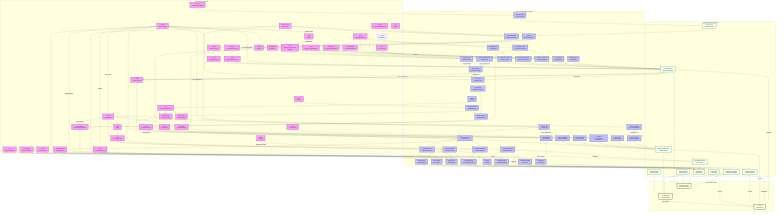
Before: docs/figures/scoliosis_mechanism_map.png, a diagram exported from Mermaid (sayuj1989-ops/life). Its source is kept beside it as docs/figures/scoliosis_mechanism_map.mmd.
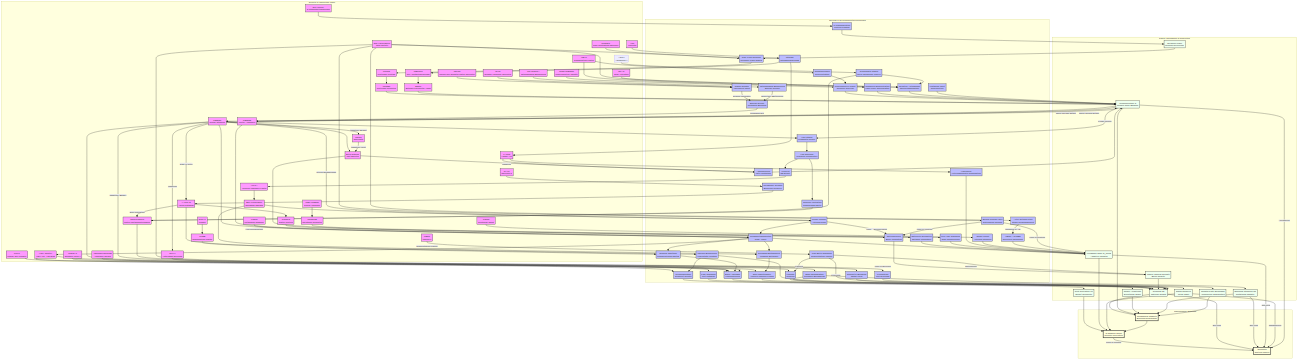
After the change.

Commit message:
Add BMSC Ciliary Mechanosensing Defect arc to causal map

The edit, as a diff of the source:
```diff
@@ -80,6 +80,7 @@
         VEGF_A[VEGF-A/PGE2<br/>Secretory Response]
         Ferroptosis[Ferroptosis<br/>Iron Overload]
         Membrane_Tension[Membrane Tension<br/>Buffering Reserve]
+        BMSCs_Cilia[BMSC Primary Cilia<br/>Osteogenic Sensor]
     end
 
     subgraph Tissue [Tissue Mechanics & Properties]
@@ -279,7 +280,11 @@
     CAV1 --> Membrane_Tension
     Membrane_Tension --> YAP
 
+    CILIA --> BMSCs_Cilia
+    BMSCs_Cilia -- "Loss of function" --> Osteogenesis
+    BMSCs_Cilia -- "Loss of function" --> Gain
+
     class HOX,COL,PIEZO1,PIEZO2,CILIA,LBX1,ADGRG6,PTK7,YAP,PKD2L1,MMP,URP,UTS2R,GFAP,VIM,LAMIN,BMAL1,RUNX3,METTL3,ESR1,MELATONIN,MT2,HIF1A,POC5,DSTYK,TFEB,Beta_Catenin,DPY19L1L,IGF1R,GHR,SOST,FBN1,CCN,PPARGC1A,KCNQ,GPX4,CAV1 gene;
-    class Region,ECM_Assembly,Mech_Trans,Sym_Break,Neur_Diff,Muscle_Diff,Disc_Maint,PCP_Sig,Nucl_Shuttle,CSF_Sensing,Degradation,Astrogliosis,mtROS,Adipogenesis,Hydraulic_Congestion,Immune_Infilt,Circadian_Entrain,Proprio_Maint,H3K9me3,VCL_Stasis,Glymphatic_Stasis,Vestibular_Input,Gi_cAMP,Ciliary_Tuning,Hypoxia,Osteogenesis,Ciliary_Splint,Vacuole_Biogenesis,C_Mannosylation,Rapid_Growth,Energy_Deficit,mtBiogenesis,Fibrosis,TGFB,Osteocyte_Dendrite,Actin_Dynamics,VEGF_A,Ferroptosis,Membrane_Tension process;
+    class Region,ECM_Assembly,Mech_Trans,Sym_Break,Neur_Diff,Muscle_Diff,Disc_Maint,PCP_Sig,Nucl_Shuttle,CSF_Sensing,Degradation,Astrogliosis,mtROS,Adipogenesis,Hydraulic_Congestion,Immune_Infilt,Circadian_Entrain,Proprio_Maint,H3K9me3,VCL_Stasis,Glymphatic_Stasis,Vestibular_Input,Gi_cAMP,Ciliary_Tuning,Hypoxia,Osteogenesis,Ciliary_Splint,Vacuole_Biogenesis,C_Mannosylation,Rapid_Growth,Energy_Deficit,mtBiogenesis,Fibrosis,TGFB,Osteocyte_Dendrite,Actin_Dynamics,VEGF_A,Ferroptosis,Membrane_Tension,BMSCs_Cilia process;
     class Rest_Kappa,Stiffness,Torsional_Stiffness,Gain,Torsion,Muscle_Tone,Anisotropy,TMD,Reissner_Fiber,Growth_Plate_Dysplasia tissue;
     class S_Curve,Stability,Scoliosis outcome;
```
